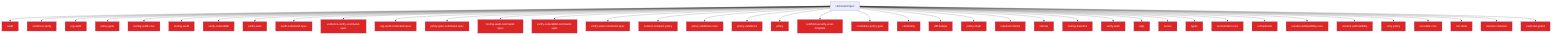
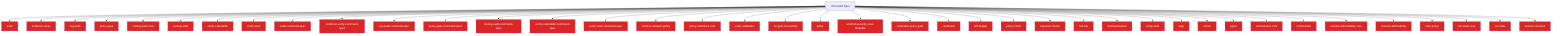
flowchart TD
  Untrusted["Untrusted input"]
  audit_b81f37a0["audit"]
  Untrusted --> audit_b81f37a0
  evidence_verify_3b73c290["evidence-verify"]
  Untrusted --> evidence_verify_3b73c290
  org_audit_d739e44b["org-audit"]
  Untrusted --> org_audit_d739e44b
  policy_gate_213f7313["policy-gate"]
  Untrusted --> policy_gate_213f7313
  tooling_audit_core_328d6a41["tooling-audit-core"]
  Untrusted --> tooling_audit_core_328d6a41
  tooling_audit_8a8239ff["tooling-audit"]
  Untrusted --> tooling_audit_8a8239ff
  verify_coderabbit_490b4e71["verify-coderabbit"]
  Untrusted --> verify_coderabbit_490b4e71
  verify_work_df70ecac["verify-work"]
  Untrusted --> verify_work_df70ecac
  audit_command_spec_5acf0149["audit-command-spec"]
  Untrusted --> audit_command_spec_5acf0149
  evidence_verify_command_spec_e1cbfea2["evidence-verify-command-spec"]
  Untrusted --> evidence_verify_command_spec_e1cbfea2
  org_audit_command_spec_1a570341["org-audit-command-spec"]
  Untrusted --> org_audit_command_spec_1a570341
  policy_gate_command_spec_71e8726a["policy-gate-command-spec"]
  Untrusted --> policy_gate_command_spec_71e8726a
  tooling_audit_command_spec_e0e57863["tooling-audit-command-spec"]
  Untrusted --> tooling_audit_command_spec_e0e57863
  verify_coderabbit_command_spec_68cc9ec5["verify-coderabbit-command-spec"]
  Untrusted --> verify_coderabbit_command_spec_68cc9ec5
  verify_work_command_spec_d6c94ac8["verify-work-command-spec"]
  Untrusted --> verify_work_command_spec_d6c94ac8
  context_compact_policy_3dcaf95d["context-compact-policy"]
  Untrusted --> context_compact_policy_3dcaf95d
  policy_validators_core_714a3fe7["policy-validators-core"]
  Untrusted --> policy_validators_core_714a3fe7
  policy_validators_6682e192["policy-validators"]
  Untrusted --> policy_validators_6682e192
+   he_gate_trust_policy_b1126dfd["he-gate-trust-policy"]
+   Untrusted --> he_gate_trust_policy_b1126dfd
  policy_823412d1["policy"]
  Untrusted --> policy_823412d1
  scaffold_security_scan_template_55bc7465["scaffold-security-scan-template"]
  Untrusted --> scaffold_security_scan_template_55bc7465
  normalise_policy_gate_90229693["normalise-policy-gate"]
  Untrusted --> normalise_policy_gate_90229693
  cardinality_ebef8aff["cardinality"]
  Untrusted --> cardinality_ebef8aff
  diff_budget_1_9f85eb1c["diff-budget"]
  Untrusted --> diff_budget_1_9f85eb1c
  policy_chain_0c92e343["policy-chain"]
  Untrusted --> policy_chain_0c92e343
  required_checks_46396214["required-checks"]
  Untrusted --> required_checks_46396214
  risk_tier_1_96b6ff91["risk-tier"]
  Untrusted --> risk_tier_1_96b6ff91
  tooling_baseline_50ab2eeb["tooling-baseline"]
  Untrusted --> tooling_baseline_50ab2eeb
  verify_work_1_cd8e7ec3["verify-work"]
  Untrusted --> verify_work_1_cd8e7ec3
  args_1_15220d9b["args"]
  Untrusted --> args_1_15220d9b
  runner_527aa9f4["runner"]
  Untrusted --> runner_527aa9f4
  types_22_f3cf4a73["types"]
  Untrusted --> types_22_f3cf4a73
  orchestrator_core_d0678b53["orchestrator-core"]
  Untrusted --> orchestrator_core_d0678b53
  orchestrator_1_6b7137c5["orchestrator"]
  Untrusted --> orchestrator_1_6b7137c5
  resume_admissibility_core_8ab84488["resume-admissibility-core"]
  Untrusted --> resume_admissibility_core_8ab84488
  resume_admissibility_a59835da["resume-admissibility"]
  Untrusted --> resume_admissibility_a59835da
  retry_policy_eebf8de9["retry-policy"]
  Untrusted --> retry_policy_eebf8de9
  run_state_core_25a955bc["run-state-core"]
  Untrusted --> run_state_core_25a955bc
  run_state_94d814a7["run-state"]
  Untrusted --> run_state_94d814a7
  session_closeout_f3efb270["session-closeout"]
  Untrusted --> session_closeout_f3efb270
-   overload_guard_2748c559["overload-guard"]
-   Untrusted --> overload_guard_2748c559
  classDef securityNode fill:#dc2626,color:#fff
-   class audit_b81f37a0,evidence_verify_3b73c290,org_audit_d739e44b,policy_gate_213f7313,tooling_audit_core_328d6a41,tooling_audit_8a8239ff,verify_coderabbit_490b4e71,verify_work_df70ecac,audit_command_spec_5acf0149,evidence_verify_command_spec_e1cbfea2,org_audit_command_spec_1a570341,policy_gate_command_spec_71e8726a,tooling_audit_command_spec_e0e57863,verify_coderabbit_command_spec_68cc9ec5,verify_work_command_spec_d6c94ac8,context_compact_policy_3dcaf95d,policy_validators_core_714a3fe7,policy_validators_6682e192,policy_823412d1,scaffold_security_scan_template_55bc7465,normalise_policy_gate_90229693,cardinality_ebef8aff,diff_budget_1_9f85eb1c,policy_chain_0c92e343,required_checks_46396214,risk_tier_1_96b6ff91,tooling_baseline_50ab2eeb,verify_work_1_cd8e7ec3,args_1_15220d9b,runner_527aa9f4,types_22_f3cf4a73,orchestrator_core_d0678b53,orchestrator_1_6b7137c5,resume_admissibility_core_8ab84488,resume_admissibility_a59835da,retry_policy_eebf8de9,run_state_core_25a955bc,run_state_94d814a7,session_closeout_f3efb270,overload_guard_2748c559 securityNode
+   class audit_b81f37a0,evidence_verify_3b73c290,org_audit_d739e44b,policy_gate_213f7313,tooling_audit_core_328d6a41,tooling_audit_8a8239ff,verify_coderabbit_490b4e71,verify_work_df70ecac,audit_command_spec_5acf0149,evidence_verify_command_spec_e1cbfea2,org_audit_command_spec_1a570341,policy_gate_command_spec_71e8726a,tooling_audit_command_spec_e0e57863,verify_coderabbit_command_spec_68cc9ec5,verify_work_command_spec_d6c94ac8,context_compact_policy_3dcaf95d,policy_validators_core_714a3fe7,policy_validators_6682e192,he_gate_trust_policy_b1126dfd,policy_823412d1,scaffold_security_scan_template_55bc7465,normalise_policy_gate_90229693,cardinality_ebef8aff,diff_budget_1_9f85eb1c,policy_chain_0c92e343,required_checks_46396214,risk_tier_1_96b6ff91,tooling_baseline_50ab2eeb,verify_work_1_cd8e7ec3,args_1_15220d9b,runner_527aa9f4,types_22_f3cf4a73,orchestrator_core_d0678b53,orchestrator_1_6b7137c5,resume_admissibility_core_8ab84488,resume_admissibility_a59835da,retry_policy_eebf8de9,run_state_core_25a955bc,run_state_94d814a7,session_closeout_f3efb270 securityNode
